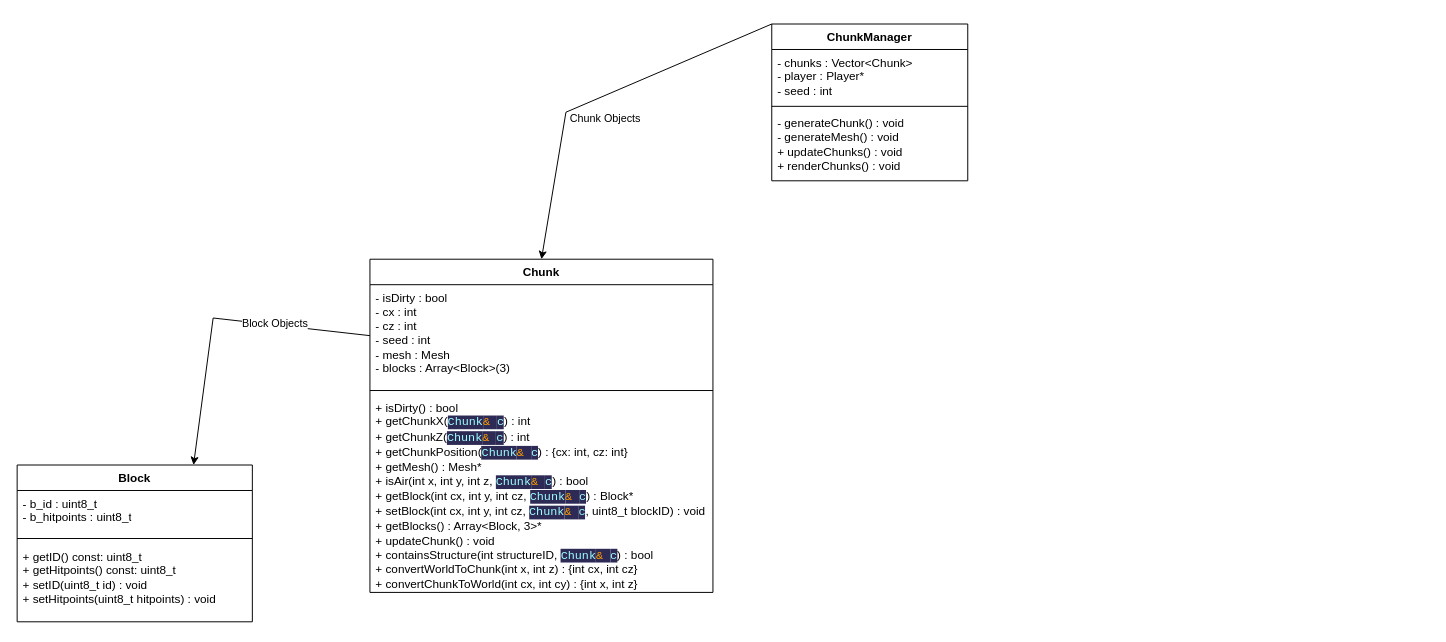
This is classes/Class Diagramm.drawio from LR6549/VBound, a draw.io file, before an edit. Source tidied: cells renumbered, new cells numbered last; positions are measured from the earlier drawing's top-left corner, leaving out a move shared by most shapes. Both pictures are drawn from the tidied source at 98%, with x=0, y=0 at pixel (17, 24).
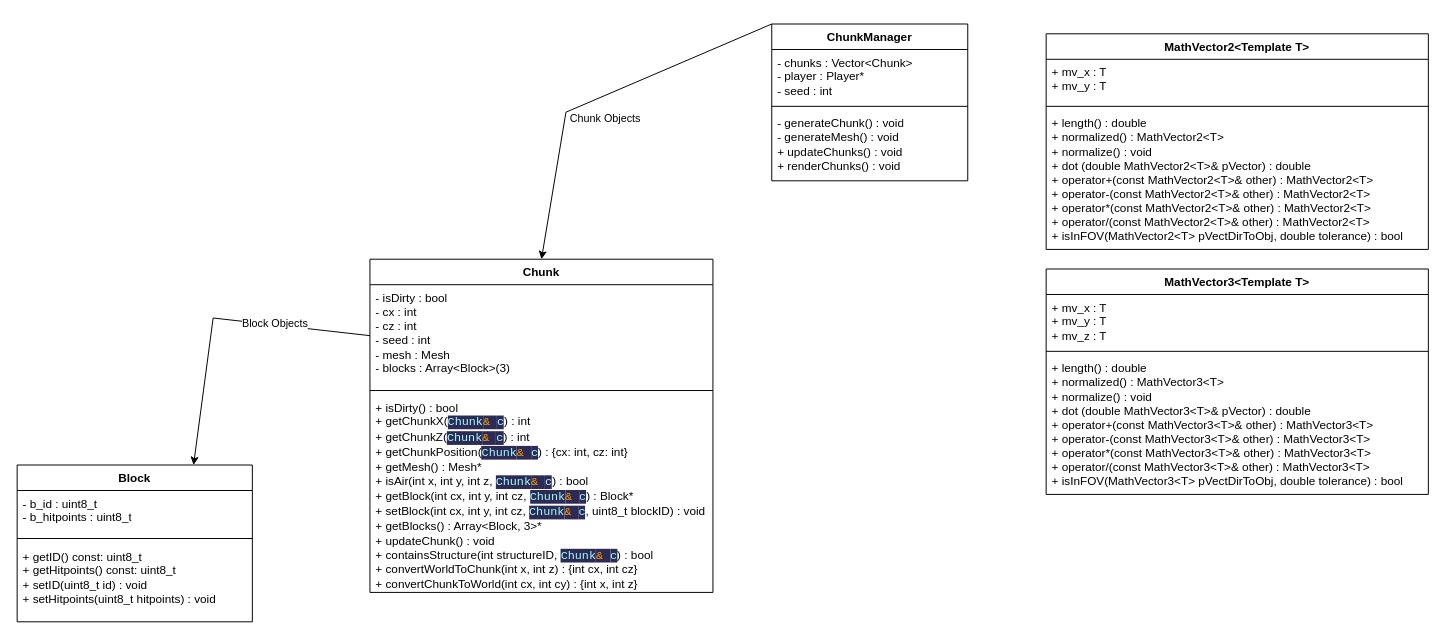
After the change.

What changed in the source:
```diff
@@
+    <mxCell id="18" value="MathVector2&amp;lt;Template T&amp;gt;" style="swimlane;fontStyle=1;align=center;verticalAlign=top;horizontal=1;startSize=26;whiteSpace=wrap;html=1;" parent="1" vertex="1">
+      <mxGeometry x="1050" y="10" width="390" height="220" as="geometry" />
+    </mxCell>
+    <mxCell id="19" value="+ mv_x : T&lt;br&gt;+ mv_y : T" style="text;strokeColor=none;fillColor=none;align=left;verticalAlign=top;spacingLeft=4;spacingRight=4;overflow=hidden;whiteSpace=wrap;html=1;" parent="18" vertex="1">
+      <mxGeometry y="26" width="390" height="44" as="geometry" />
+    </mxCell>
+    <mxCell id="20" style="line;strokeWidth=1;fillColor=none;align=left;verticalAlign=middle;spacingTop=-1;spacingLeft=3;spacingRight=3;labelPosition=right;strokeColor=inherit;" parent="18" vertex="1">
+      <mxGeometry y="70" width="390" height="8" as="geometry" />
+    </mxCell>
+    <mxCell id="21" value="+ length() : double&lt;div&gt;+ normalized() : MathVector2&amp;lt;T&amp;gt;&lt;/div&gt;&lt;div&gt;+ normalize() : void&lt;br&gt;+ dot (double MathVector2&amp;lt;T&amp;gt;&amp;amp; pVector) : double&lt;br&gt;+ operator+(const MathVector2&amp;lt;T&amp;gt;&amp;amp; other) : MathVector2&amp;lt;T&amp;gt;&lt;br&gt;+ operator-(const MathVector2&amp;lt;T&amp;gt;&amp;amp; other) : MathVector2&amp;lt;T&amp;gt;&lt;br&gt;+ operator*(const MathVector2&amp;lt;T&amp;gt;&amp;amp; other) : MathVector2&amp;lt;T&amp;gt;&lt;br&gt;+ operator/(const MathVector2&amp;lt;T&amp;gt;&amp;amp; other) : MathVector2&amp;lt;T&amp;gt;&lt;br&gt;+ isInFOV(MathVector2&amp;lt;T&amp;gt; pVectDirToObj, double tolerance) : bool&lt;/div&gt;" style="text;strokeColor=none;fillColor=none;align=left;verticalAlign=top;spacingLeft=4;spacingRight=4;overflow=hidden;whiteSpace=wrap;html=1;" parent="18" vertex="1">
+      <mxGeometry y="78" width="390" height="142" as="geometry" />
+    </mxCell>
+    <mxCell id="22" value="MathVector3&amp;lt;Template T&amp;gt;" style="swimlane;fontStyle=1;align=center;verticalAlign=top;horizontal=1;startSize=26;whiteSpace=wrap;html=1;" parent="1" vertex="1">
+      <mxGeometry x="1050" y="250" width="390" height="230" as="geometry" />
+    </mxCell>
+    <mxCell id="23" value="+ mv_x : T&lt;br&gt;+ mv_y : T&lt;div&gt;+ mv_z : T&lt;/div&gt;" style="text;strokeColor=none;fillColor=none;align=left;verticalAlign=top;spacingLeft=4;spacingRight=4;overflow=hidden;whiteSpace=wrap;html=1;" parent="22" vertex="1">
+      <mxGeometry y="26" width="390" height="54" as="geometry" />
+    </mxCell>
+    <mxCell id="24" style="line;strokeWidth=1;fillColor=none;align=left;verticalAlign=middle;spacingTop=-1;spacingLeft=3;spacingRight=3;labelPosition=right;strokeColor=inherit;" parent="22" vertex="1">
+      <mxGeometry y="80" width="390" height="8" as="geometry" />
+    </mxCell>
+    <mxCell id="25" value="+ length() : double&lt;div&gt;+ normalized() : MathVector3&amp;lt;T&amp;gt;&lt;/div&gt;&lt;div&gt;+ normalize() : void&lt;br&gt;+ dot (double MathVector3&amp;lt;T&amp;gt;&amp;amp; pVector) : double&lt;br&gt;+ operator+(const MathVector3&amp;lt;T&amp;gt;&amp;amp; other) : MathVector3&amp;lt;T&amp;gt;&lt;br&gt;+ operator-(const MathVector3&amp;lt;T&amp;gt;&amp;amp; other) : MathVector3&amp;lt;T&amp;gt;&lt;br&gt;+ operator*(const MathVector3&amp;lt;T&amp;gt;&amp;amp; other) : MathVector3&amp;lt;T&amp;gt;&lt;br&gt;+ operator/(const MathVector3&amp;lt;T&amp;gt;&amp;amp; other) : MathVector3&amp;lt;T&amp;gt;&lt;br&gt;+ isInFOV(MathVector3&amp;lt;T&amp;gt; pVectDirToObj, double tolerance) : bool&lt;/div&gt;" style="text;strokeColor=none;fillColor=none;align=left;verticalAlign=top;spacingLeft=4;spacingRight=4;overflow=hidden;whiteSpace=wrap;html=1;" parent="22" vertex="1">
+      <mxGeometry y="88" width="390" height="142" as="geometry" />
+    </mxCell>
```
